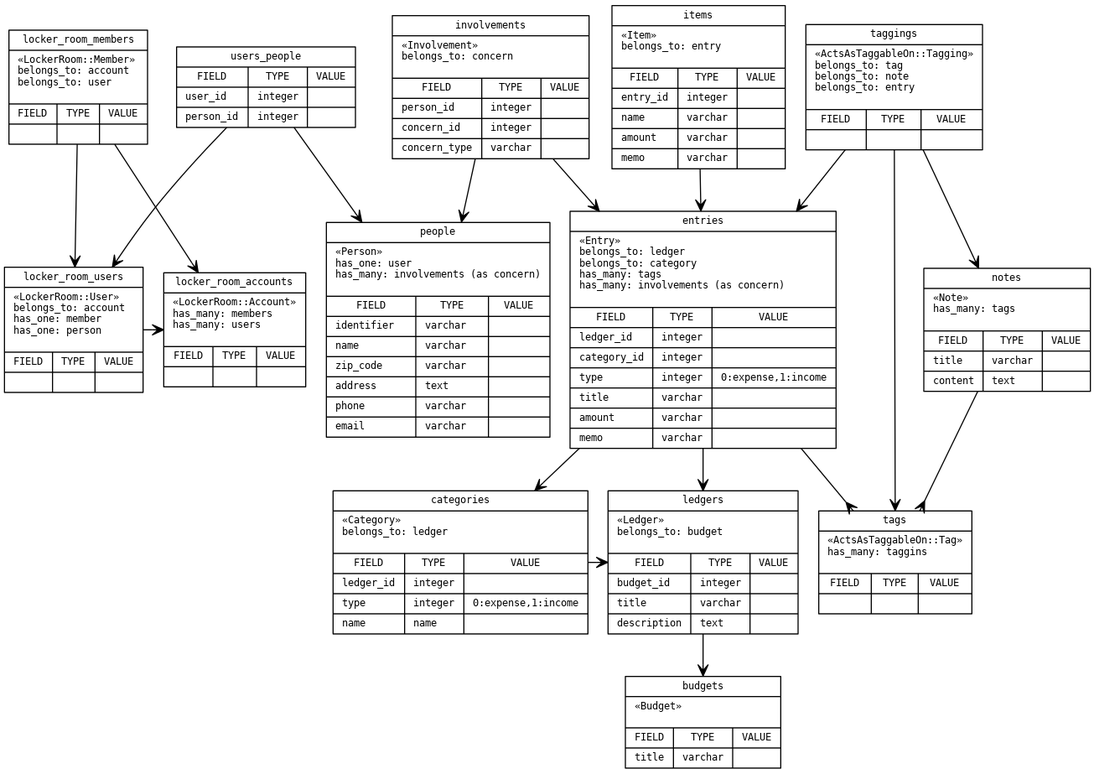
The Graphviz diagram doc/er.png in grauwoelfchen/clerkdesk, before a commit. Its source is kept beside it as doc/er.dot.
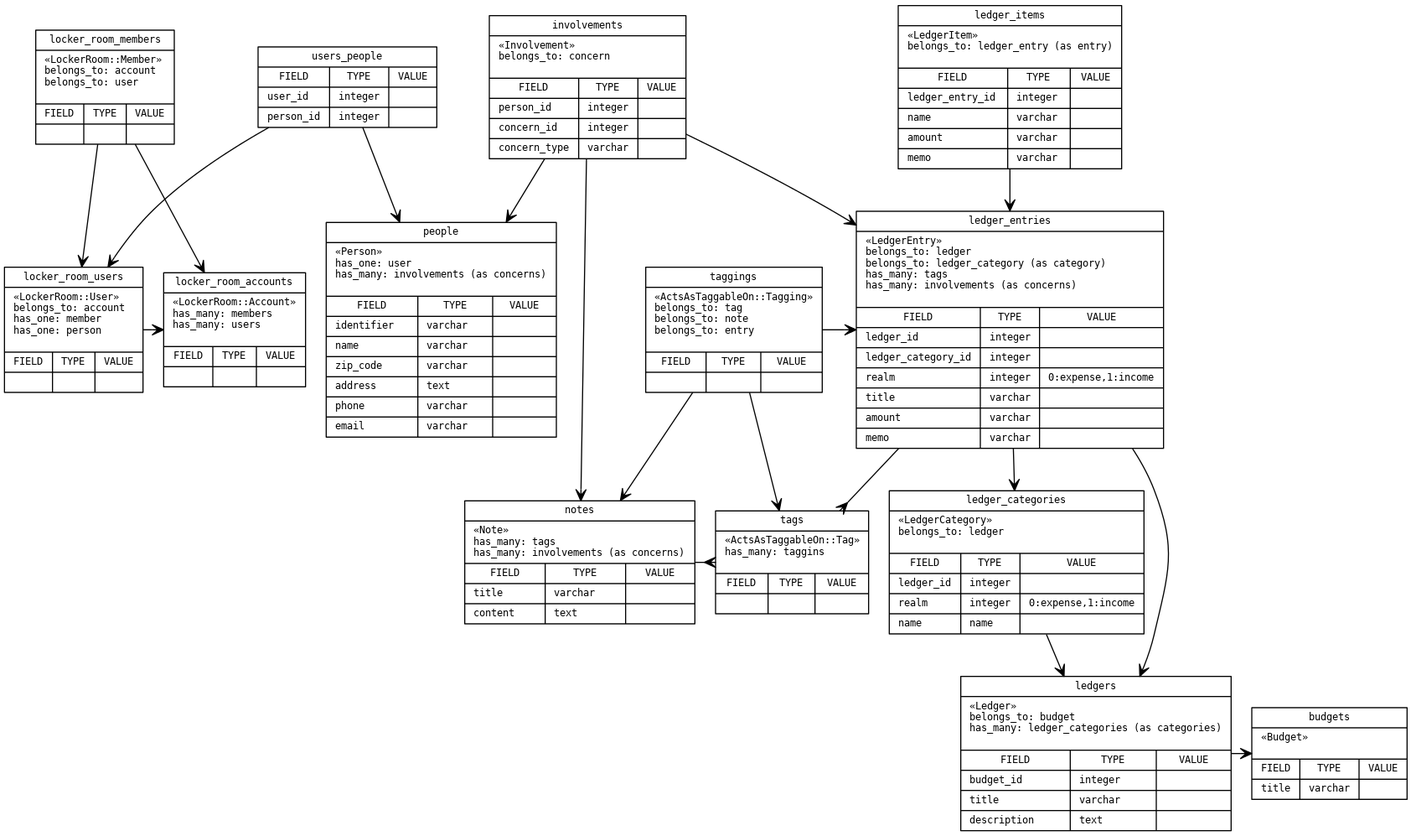
Above is the later version.

Commit message:
[ci skip] Update ER Diagram

What changed in the source:
```diff
@@ -59,7 +59,7 @@
   ]
 
   Note [
-    label = "{notes|«Note»\lhas_many: tags\l\n|{ \
+    label = "{notes|«Note»\lhas_many: tags\lhas_many: involvements (as concerns)\n|{ \
       {FIELD|title\l|content\l}| \
       {TYPE|varchar\l|text\l}| \
       {VALUE|\r|\r} \
@@ -75,42 +75,34 @@
   ]
 
   Ledger [
-    label = "{ledgers|«Ledger»\lbelongs_to: budget\l\n|{ \
+    label = "{ledgers|«Ledger»\lbelongs_to: budget\lhas_many: ledger_categories (as categories)\l\n|{ \
       {FIELD|budget_id\l|title\l|description\l}| \
       {TYPE|integer\l|varchar\l|text\l}| \
       {VALUE|\r|\r|\r} \
     }}"
   ]
 
-  Category [
-    label = "{categories|«Category»\lbelongs_to: ledger\l\n|{ \
-      {FIELD|ledger_id\l|type\l|name\l}| \
+  LedgerCategory [
+    label = "{ledger_categories|«LedgerCategory»\lbelongs_to: ledger\l\n|{ \
+    {FIELD|ledger_id\l|realm\l|name\l}| \
       {TYPE|integer\l|integer\l|name\l}| \
       {VALUE|\r|0:expense,1:income\r|\r} \
     }}"
   ]
 
-  Entry [
-    label = "{entries|«Entry»\lbelongs_to: ledger\lbelongs_to: category\lhas_many: tags\lhas_many: involvements (as concern)\l\n|{ \
-      {FIELD|ledger_id\l|category_id\l|type\l|title\l|amount\l|memo\l}| \
+  LedgerEntry [
+    label = "{ledger_entries|«LedgerEntry»\lbelongs_to: ledger\lbelongs_to: ledger_category (as category)\lhas_many: tags\lhas_many: involvements (as concerns)\l\n|{ \
+    {FIELD|ledger_id\l|ledger_category_id\l|realm\l|title\l|amount\l|memo\l}| \
       {TYPE|integer\l|integer\l|integer\l|varchar\l|varchar\l|varchar\l}| \
       {VALUE|\r|\r|0:expense,1:income\r|\r|\r|\r} \
     }}"
   ]
 
-  Item [
-    label = "{items|«Item»\lbelongs_to: entry\l\n|{ \
-      {FIELD|entry_id\l|name\l|amount\l|memo\l}| \
+  LedgerItem [
+    label = "{ledger_items|«LedgerItem»\lbelongs_to: ledger_entry (as entry)\l\n|{ \
+      {FIELD|ledger_entry_id\l|name\l|amount\l|memo\l}| \
       {TYPE|integer\l|varchar\l|varchar\l|varchar\l}| \
       {VALUE|\r|\r|\r|\r} \
-    }}"
-  ]
-
-  Person [
-    label = "{people|«Person»\lhas_one: user\lhas_many: involvements (as concern)\l\n|{ \
-      {FIELD|identifier\l|name\l|zip_code\l|address\l|phone\l|email\l}| \
-      {TYPE|varchar\l|varchar\l|varchar\l|text\l|varchar\l|varchar\l}| \
-      {VALUE|\r|\r|\r|\r|\r|\r} \
     }}"
   ]
 
@@ -119,6 +111,14 @@
       {FIELD|person_id\l|concern_id\l|concern_type\l}| \
       {TYPE|integer\l|integer\l|varchar\l}| \
       {VALUE|\r|\r|\r} \
+    }}"
+  ]
+
+  Person [
+    label = "{people|«Person»\lhas_one: user\lhas_many: involvements (as concerns)\l\n|{ \
+      {FIELD|identifier\l|name\l|zip_code\l|address\l|phone\l|email\l}| \
+      {TYPE|varchar\l|varchar\l|varchar\l|text\l|varchar\l|varchar\l}| \
+      {VALUE|\r|\r|\r|\r|\r|\r} \
     }}"
   ]
 
@@ -150,8 +150,8 @@
   ]
 
 
-  Note  -> Tag
-  Entry -> Tag
+  Note        -> Tag
+  LedgerEntry -> Tag
 
   edge [ // belongs_to
     arrowhead = vee
@@ -167,19 +167,20 @@
 
   Tagging -> Tag
   Tagging -> Note
-  Tagging -> Entry
+  Tagging -> LedgerEntry
 
-  Ledger   -> Budget
-  Category -> Ledger
-  Entry    -> Ledger
-  Entry    -> Category
-  Item     -> Entry
+  Ledger         -> Budget
+  LedgerCategory -> Ledger
+  LedgerEntry    -> Ledger
+  LedgerEntry    -> LedgerCategory
+  LedgerItem     -> LedgerEntry
 
   UserPerson -> User
   UserPerson -> Person
 
   Involvement -> Person
-  Involvement -> Entry
+  Involvement -> Note
+  Involvement -> LedgerEntry
 
   edge [ // has_one
     arrowhead = normal
@@ -205,6 +206,8 @@
 
   {rank = same; Member;};
   {rank = same; Account; User;};
-  {rank = same; Ledger; Category};
-  {rank = same; Entry; Person};
+  {rank = same; Involvement; LedgerItem;};
+  {rank = same; Person; Tagging; LedgerEntry};
+  {rank = same; Note; Tag; LedgerCategory;};
+  {rank = same; Budget; Ledger;};
 }
```
